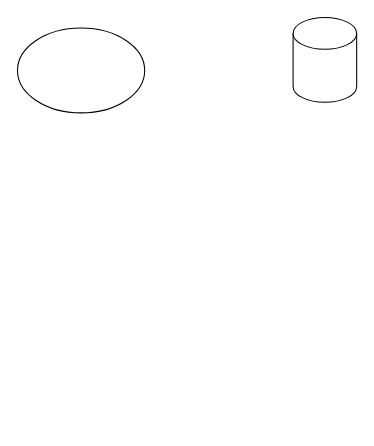
This is 未命名绘图.drawio from morgancheung/test, a draw.io file, before an edit. Source tidied: cells renumbered, new cells numbered last; positions are measured from the earlier drawing's top-left corner, leaving out a move shared by most shapes. Both pictures are drawn from the tidied source at 106%, with x=0, y=0 at pixel (17, 17).
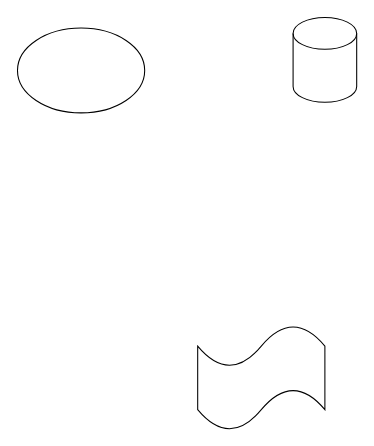
After the change.

Commit message (it also covers changes not shown here):
更新未命名绘图.drawio

What changed in the source:
```diff
@@
 <mxGraphModel>
   <root>
     <mxCell id="0" />
     <mxCell id="1" parent="0" />
     <mxCell id="2" style="ellipse;whiteSpace=wrap;html=1;" parent="1" vertex="1">
       <mxGeometry y="10" width="120" height="80" as="geometry" />
     </mxCell>
     <mxCell id="3" style="shape=cylinder3;whiteSpace=wrap;html=1;boundedLbl=1;backgroundOutline=1;size=15;" parent="1" vertex="1">
       <mxGeometry x="260" width="60" height="80" as="geometry" />
     </mxCell>
+    <mxCell id="4" style="shape=tape;whiteSpace=wrap;html=1;" parent="1" vertex="1">
+      <mxGeometry x="170" y="290" width="120" height="100" as="geometry" />
+    </mxCell>
   </root>
 </mxGraphModel>
```
